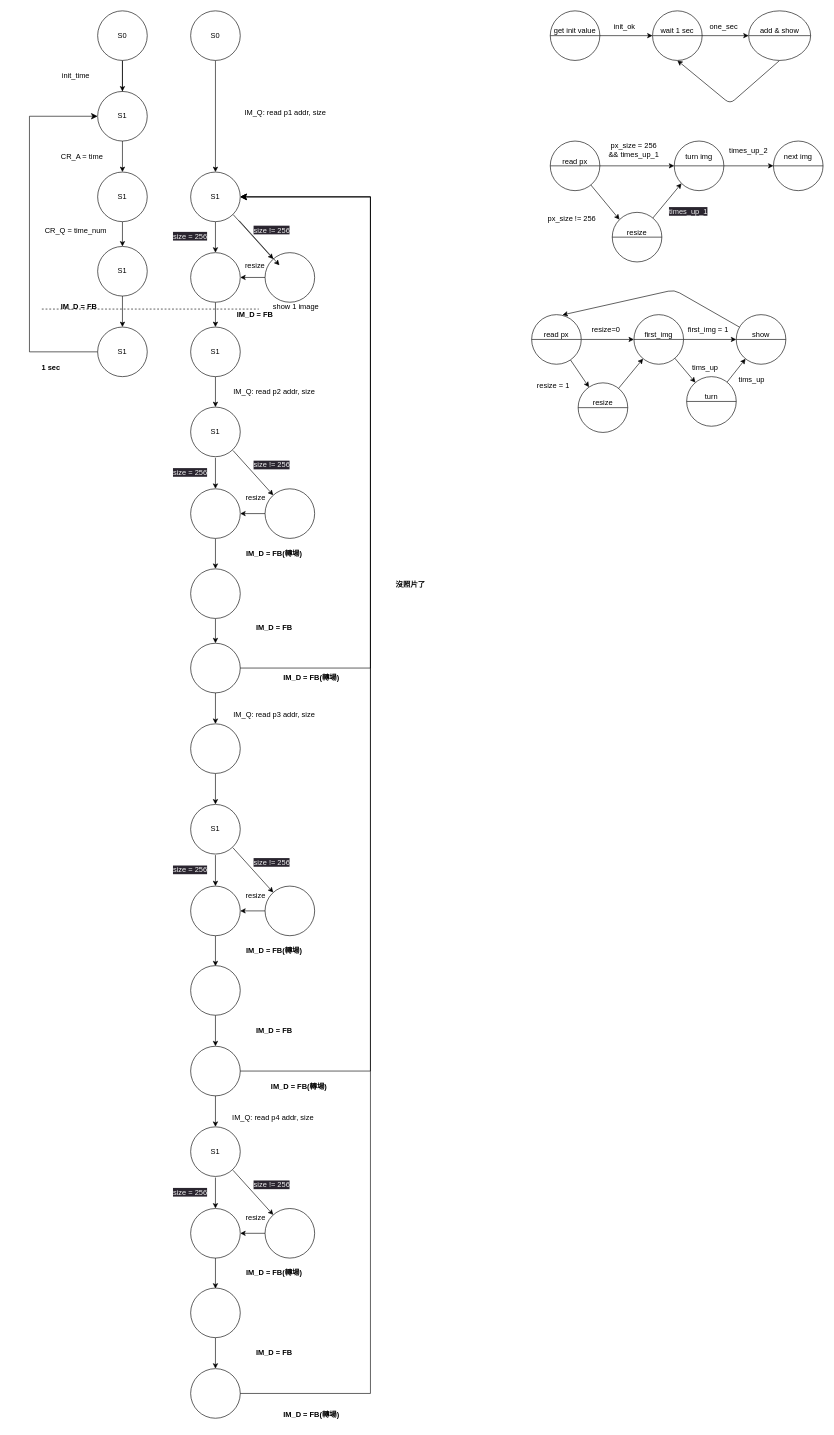
Earlier version of the draw.io diagram project3/fsm.drawio (guanyu0108/SOC). Source tidied: cells renumbered, new cells numbered last; positions are measured from the earlier drawing's top-left corner, leaving out a move shared by most shapes. Both pictures are drawn from the tidied source at 62%, with x=0, y=0 at pixel (11, 11).
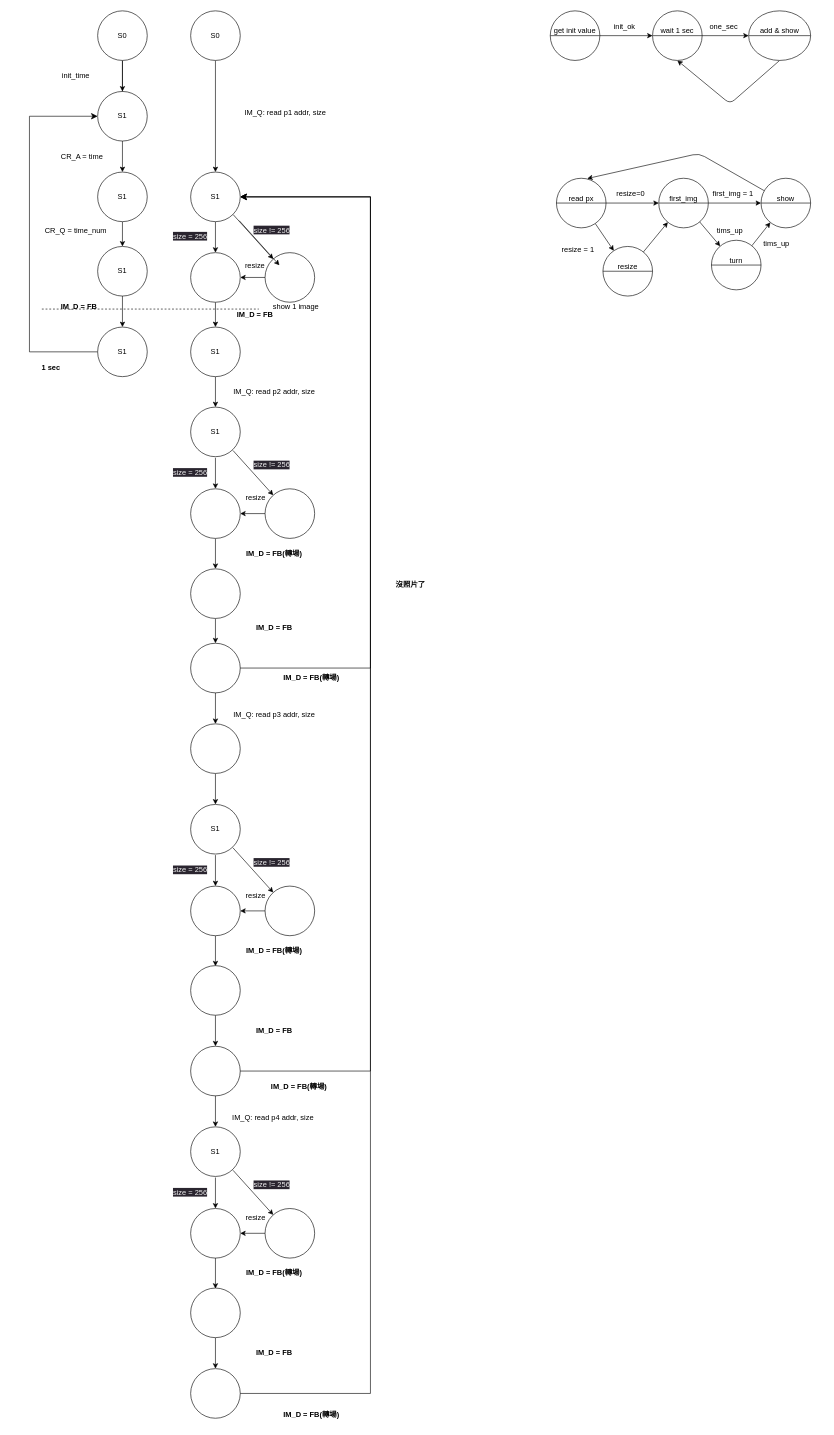
Above is the later version.

Change to the diagram source:
```diff
@@
-    <mxCell id="102" style="edgeStyle=none;html=1;entryX=0;entryY=0.5;entryDx=0;entryDy=0;" parent="1" edge="1" source="104" target="109">
-      <mxGeometry relative="1" as="geometry" />
-    </mxCell>
-    <mxCell id="103" style="edgeStyle=none;html=1;entryX=0;entryY=0;entryDx=0;entryDy=0;" parent="1" edge="1" source="104" target="112">
-      <mxGeometry relative="1" as="geometry" />
-    </mxCell>
-    <mxCell id="104" value="read px&lt;br&gt;&amp;nbsp;&amp;nbsp;" style="shape=lineEllipse;perimeter=ellipsePerimeter;whiteSpace=wrap;html=1;backgroundOutline=1;" parent="1" vertex="1">
-      <mxGeometry x="870" y="210" width="80" height="80" as="geometry" />
-    </mxCell>
@@
-    <mxCell id="108" style="edgeStyle=none;html=1;" parent="1" edge="1" source="109">
-      <mxGeometry relative="1" as="geometry">
-        <mxPoint x="1230" y="250" as="targetPoint" />
-      </mxGeometry>
-    </mxCell>
-    <mxCell id="109" value="turn img&lt;br&gt;&lt;br&gt;&amp;nbsp;&amp;nbsp;" style="shape=lineEllipse;perimeter=ellipsePerimeter;whiteSpace=wrap;html=1;backgroundOutline=1;" parent="1" vertex="1">
-      <mxGeometry x="1070" y="210" width="80" height="80" as="geometry" />
-    </mxCell>
-    <mxCell id="110" value="px_size = 256&lt;br&gt;&amp;amp;&amp;amp; times_up_1" style="text;html=1;strokeColor=none;fillColor=none;align=center;verticalAlign=middle;whiteSpace=wrap;rounded=0;" parent="1" vertex="1">
-      <mxGeometry x="960" y="210" width="90" height="30" as="geometry" />
-    </mxCell>
-    <mxCell id="111" style="edgeStyle=none;html=1;entryX=0;entryY=1;entryDx=0;entryDy=0;" parent="1" edge="1" source="112" target="109">
-      <mxGeometry relative="1" as="geometry" />
-    </mxCell>
-    <mxCell id="112" value="resize&lt;br&gt;&lt;br&gt;" style="shape=lineEllipse;perimeter=ellipsePerimeter;whiteSpace=wrap;html=1;backgroundOutline=1;" parent="1" vertex="1">
-      <mxGeometry x="970" y="325" width="80" height="80" as="geometry" />
-    </mxCell>
-    <mxCell id="113" value="px_size != 256" style="text;html=1;strokeColor=none;fillColor=none;align=center;verticalAlign=middle;whiteSpace=wrap;rounded=0;" parent="1" vertex="1">
-      <mxGeometry x="860" y="320" width="90" height="30" as="geometry" />
-    </mxCell>
-    <mxCell id="114" value="next img&lt;br&gt;&lt;br&gt;&amp;nbsp;&amp;nbsp;" style="shape=lineEllipse;perimeter=ellipsePerimeter;whiteSpace=wrap;html=1;backgroundOutline=1;" parent="1" vertex="1">
-      <mxGeometry x="1230" y="210" width="80" height="80" as="geometry" />
-    </mxCell>
-    <mxCell id="115" value="times_up_2" style="text;html=1;strokeColor=none;fillColor=none;align=center;verticalAlign=middle;whiteSpace=wrap;rounded=0;" parent="1" vertex="1">
-      <mxGeometry x="1160" y="210" width="60" height="30" as="geometry" />
-    </mxCell>
-    <mxCell id="116" value="&lt;span style=&quot;color: rgb(240, 240, 240); font-family: Helvetica; font-size: 12px; font-style: normal; font-variant-ligatures: normal; font-variant-caps: normal; font-weight: 400; letter-spacing: normal; orphans: 2; text-align: center; text-indent: 0px; text-transform: none; widows: 2; word-spacing: 0px; -webkit-text-stroke-width: 0px; background-color: rgb(42, 37, 47); text-decoration-thickness: initial; text-decoration-style: initial; text-decoration-color: initial; float: none; display: inline !important;&quot;&gt;times_up_1&lt;/span&gt;" style="text;whiteSpace=wrap;html=1;" parent="1" vertex="1">
-      <mxGeometry x="1060" y="310" width="80" height="30" as="geometry" />
-    </mxCell>
@@
     <mxCell id="119" value="read px&lt;br&gt;&amp;nbsp;&amp;nbsp;" style="shape=lineEllipse;perimeter=ellipsePerimeter;whiteSpace=wrap;html=1;backgroundOutline=1;" parent="1" vertex="1">
-      <mxGeometry x="840" y="490" width="80" height="80" as="geometry" />
+      <mxGeometry x="880" y="270" width="80" height="80" as="geometry" />
     </mxCell>
@@
     <mxCell id="122" value="first_img&lt;br&gt;&amp;nbsp;&amp;nbsp;" style="shape=lineEllipse;perimeter=ellipsePerimeter;whiteSpace=wrap;html=1;backgroundOutline=1;" parent="1" vertex="1">
-      <mxGeometry x="1005" y="490" width="80" height="80" as="geometry" />
+      <mxGeometry x="1045" y="270" width="80" height="80" as="geometry" />
     </mxCell>
     <mxCell id="123" value="first_img = 1" style="text;html=1;strokeColor=none;fillColor=none;align=center;verticalAlign=middle;whiteSpace=wrap;rounded=0;" parent="1" vertex="1">
-      <mxGeometry x="1090" y="500" width="70" height="30" as="geometry" />
+      <mxGeometry x="1130" y="280" width="70" height="30" as="geometry" />
     </mxCell>
     <mxCell id="124" style="edgeStyle=none;html=1;entryX=0.621;entryY=0.006;entryDx=0;entryDy=0;entryPerimeter=0;" parent="1" edge="1" source="125" target="119">
       <mxGeometry relative="1" as="geometry">
         <Array as="points">
-          <mxPoint x="1070" y="450" />
+          <mxPoint x="1110" y="230" />
         </Array>
       </mxGeometry>
     </mxCell>
     <mxCell id="125" value="show&lt;br&gt;&amp;nbsp;&amp;nbsp;" style="shape=lineEllipse;perimeter=ellipsePerimeter;whiteSpace=wrap;html=1;backgroundOutline=1;" parent="1" vertex="1">
-      <mxGeometry x="1170" y="490" width="80" height="80" as="geometry" />
+      <mxGeometry x="1210" y="270" width="80" height="80" as="geometry" />
     </mxCell>
@@
     <mxCell id="127" value="resize&lt;br&gt;&amp;nbsp;&amp;nbsp;" style="shape=lineEllipse;perimeter=ellipsePerimeter;whiteSpace=wrap;html=1;backgroundOutline=1;" parent="1" vertex="1">
-      <mxGeometry x="915" y="600" width="80" height="80" as="geometry" />
+      <mxGeometry x="955" y="380" width="80" height="80" as="geometry" />
     </mxCell>
     <mxCell id="128" value="resize=0" style="text;html=1;strokeColor=none;fillColor=none;align=center;verticalAlign=middle;whiteSpace=wrap;rounded=0;" parent="1" vertex="1">
-      <mxGeometry x="930" y="500" width="60" height="30" as="geometry" />
+      <mxGeometry x="970" y="280" width="60" height="30" as="geometry" />
     </mxCell>
     <mxCell id="129" value="resize = 1" style="text;html=1;strokeColor=none;fillColor=none;align=center;verticalAlign=middle;whiteSpace=wrap;rounded=0;" parent="1" vertex="1">
-      <mxGeometry x="845" y="590" width="60" height="30" as="geometry" />
+      <mxGeometry x="885" y="370" width="60" height="30" as="geometry" />
     </mxCell>
@@
     <mxCell id="131" value="turn&lt;br&gt;&amp;nbsp;&amp;nbsp;" style="shape=lineEllipse;perimeter=ellipsePerimeter;whiteSpace=wrap;html=1;backgroundOutline=1;" parent="1" vertex="1">
-      <mxGeometry x="1090" y="590" width="80" height="80" as="geometry" />
+      <mxGeometry x="1130" y="370" width="80" height="80" as="geometry" />
     </mxCell>
     <mxCell id="132" value="tims_up" style="text;html=1;strokeColor=none;fillColor=none;align=center;verticalAlign=middle;whiteSpace=wrap;rounded=0;" parent="1" vertex="1">
-      <mxGeometry x="1085" y="560" width="70" height="30" as="geometry" />
+      <mxGeometry x="1125" y="340" width="70" height="30" as="geometry" />
     </mxCell>
     <mxCell id="133" value="tims_up" style="text;html=1;strokeColor=none;fillColor=none;align=center;verticalAlign=middle;whiteSpace=wrap;rounded=0;" parent="1" vertex="1">
-      <mxGeometry x="1160" y="580" width="70" height="30" as="geometry" />
+      <mxGeometry x="1200" y="360" width="70" height="30" as="geometry" />
     </mxCell>
```
